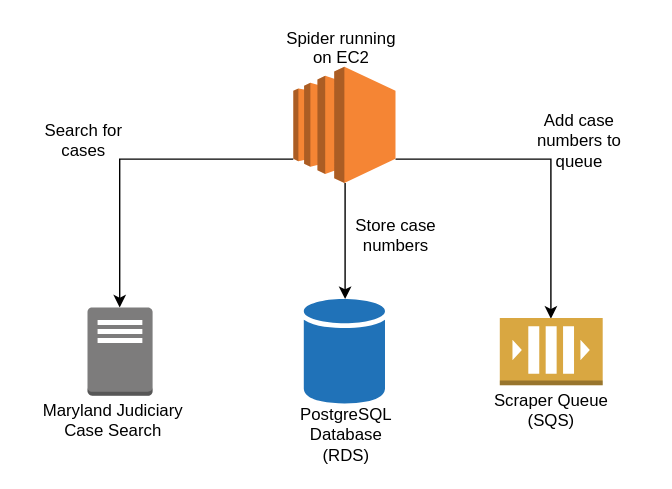
dismantl/CaseHarvester keeps this draw.io diagram as img/spider.svg. Above is the earlier version. Source tidied: cells renumbered, new cells last; positions are measured from the earlier drawing's top-left corner, leaving out a move shared by most shapes.
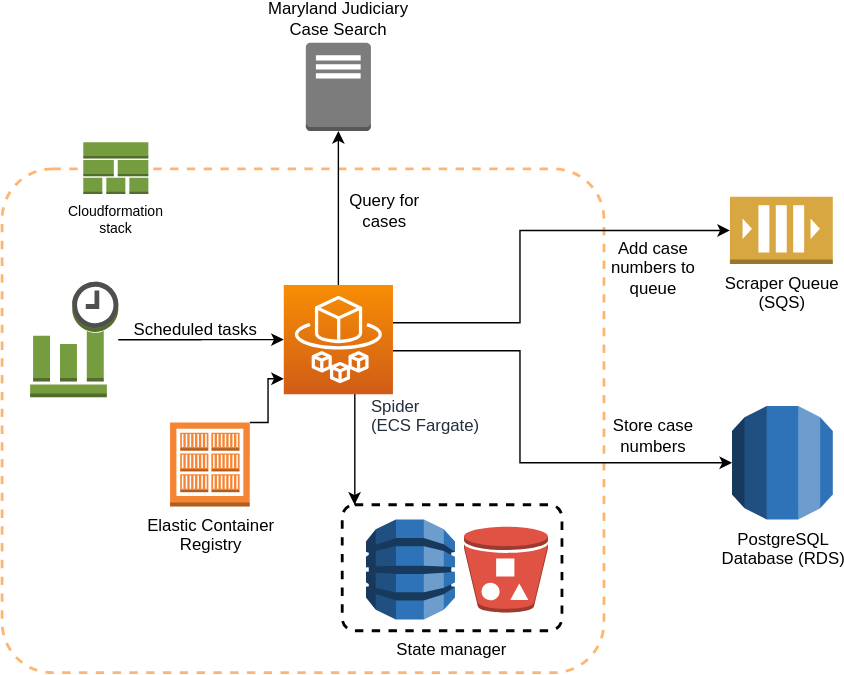
The same file after the commit.

Diff of the diagram source:
```diff
@@ -2,47 +2,92 @@
   <root>
     <mxCell id="0" />
     <mxCell id="1" parent="0" />
-    <mxCell id="2" style="edgeStyle=orthogonalEdgeStyle;rounded=0;html=1;exitX=0.5;exitY=1;exitPerimeter=0;jettySize=auto;fontSize=12;" parent="1" edge="1" source="5" target="8">
-      <mxGeometry relative="1" as="geometry" />
-    </mxCell>
-    <mxCell id="3" style="edgeStyle=orthogonalEdgeStyle;rounded=0;html=1;exitX=0;exitY=0.79;exitPerimeter=0;entryX=0.5;entryY=0;entryPerimeter=0;jettySize=auto;fontSize=12;" parent="1" edge="1" source="5" target="10">
-      <mxGeometry relative="1" as="geometry" />
-    </mxCell>
-    <mxCell id="4" style="edgeStyle=orthogonalEdgeStyle;rounded=0;html=1;exitX=1;exitY=0.79;exitPerimeter=0;entryX=0.5;entryY=0;entryPerimeter=0;jettySize=auto;fontSize=12;" parent="1" edge="1" source="5" target="6">
-      <mxGeometry relative="1" as="geometry" />
-    </mxCell>
-    <mxCell id="5" style="dashed=0;html=1;shape=mxgraph.aws3.ec2;fillColor=#F58534;gradientColor=none;" parent="1" vertex="1">
-      <mxGeometry x="189" y="24" width="73" height="83" as="geometry" />
-    </mxCell>
+    <mxCell id="16" style="rounded=1;arcSize=10;dashed=1;fillColor=none;gradientColor=none;strokeWidth=2;labelPosition=right;verticalLabelPosition=bottom;align=left;verticalAlign=top;strokeColor=#FFB570;" parent="1" vertex="1">
+      <mxGeometry x="-175" y="4" width="430" height="360" as="geometry" />
+    </mxCell>
+    <mxCell id="17" value="State manager" style="rounded=1;arcSize=10;dashed=1;fillColor=none;gradientColor=none;strokeWidth=2;fontSize=12;labelPosition=center;verticalLabelPosition=bottom;align=center;verticalAlign=top;" parent="1" vertex="1">
+      <mxGeometry x="68" y="244" width="157" height="90" as="geometry" />
+    </mxCell>
-    <mxCell id="6" style="dashed=0;html=1;shape=mxgraph.aws3.queue;fillColor=#D9A741;gradientColor=none;" parent="1" vertex="1">
-      <mxGeometry x="336.5" y="203.5" width="73.5" height="48" as="geometry" />
+    <mxCell id="6" value="Scraper Queue&lt;br&gt;(SQS)" style="dashed=0;html=1;shape=mxgraph.aws3.queue;fillColor=#D9A741;gradientColor=none;labelPosition=center;verticalLabelPosition=bottom;align=center;verticalAlign=top;" parent="1" vertex="1">
+      <mxGeometry x="345" y="24" width="73.5" height="48" as="geometry" />
     </mxCell>
-    <mxCell id="7" value="Scraper Queue &lt;br&gt;(SQS)&lt;br&gt;" style="text;html=1;strokeColor=none;fillColor=none;align=center;verticalAlign=middle;whiteSpace=wrap;rounded=0;" parent="1" vertex="1">
-      <mxGeometry x="327.5" y="259" width="91" height="20" as="geometry" />
-    </mxCell>
-    <mxCell id="8" style="shadow=0;dashed=0;html=1;strokeColor=none;labelPosition=center;verticalLabelPosition=bottom;verticalAlign=top;outlineConnect=0;shape=mxgraph.office.databases.database;fillColor=#2072B8;" parent="1" vertex="1">
-      <mxGeometry x="196.5" y="190" width="58" height="75" as="geometry" />
-    </mxCell>
-    <mxCell id="9" value="PostgreSQL Database (RDS)" style="text;html=1;strokeColor=none;fillColor=none;align=center;verticalAlign=middle;whiteSpace=wrap;rounded=0;" parent="1" vertex="1">
-      <mxGeometry x="206.5" y="276" width="40" height="20" as="geometry" />
-    </mxCell>
-    <mxCell id="10" style="dashed=0;html=1;shape=mxgraph.aws3.traditional_server;fillColor=#7D7C7C;gradientColor=none;" parent="1" vertex="1">
-      <mxGeometry x="42" y="196" width="46.5" height="63" as="geometry" />
+    <mxCell id="10" value="&lt;span&gt;Maryland Judiciary&lt;br&gt;Case Search&lt;/span&gt;" style="dashed=0;html=1;shape=mxgraph.aws3.traditional_server;fillColor=#7D7C7C;gradientColor=none;labelPosition=center;verticalLabelPosition=top;align=center;verticalAlign=bottom;" parent="1" vertex="1">
+      <mxGeometry x="42" y="-86" width="46.5" height="63" as="geometry" />
     </mxCell>
-    <mxCell id="11" value="Maryland Judiciary Case Search&lt;br style=&quot;font-size: 12px;&quot;&gt;" style="text;html=1;strokeColor=none;fillColor=none;align=center;verticalAlign=middle;whiteSpace=wrap;rounded=0;fontSize=12;" parent="1" vertex="1">
-      <mxGeometry y="266" width="121" height="20" as="geometry" />
-    </mxCell>
-    <mxCell id="12" value="Spider running on EC2" style="text;html=1;strokeColor=none;fillColor=none;align=center;verticalAlign=middle;whiteSpace=wrap;rounded=0;fontSize=12;" parent="1" vertex="1">
-      <mxGeometry x="182" width="83" height="20" as="geometry" />
-    </mxCell>
-    <mxCell id="13" value="Search for cases" style="text;html=1;strokeColor=none;fillColor=none;align=center;verticalAlign=middle;whiteSpace=wrap;rounded=0;fontSize=12;" parent="1" vertex="1">
-      <mxGeometry x="5.5" y="65.5" width="67" height="20" as="geometry" />
+    <mxCell id="13" value="Query for cases" style="text;html=1;strokeColor=none;fillColor=none;align=center;verticalAlign=middle;whiteSpace=wrap;rounded=0;fontSize=12;" parent="1" vertex="1">
+      <mxGeometry x="65" y="24" width="67" height="20" as="geometry" />
     </mxCell>
     <mxCell id="14" value="Store case numbers" style="text;html=1;strokeColor=none;fillColor=none;align=center;verticalAlign=middle;whiteSpace=wrap;rounded=0;fontSize=12;" parent="1" vertex="1">
-      <mxGeometry x="230" y="134" width="65" height="20" as="geometry" />
+      <mxGeometry x="258" y="185.2" width="65" height="20" as="geometry" />
     </mxCell>
     <mxCell id="15" value="Add case numbers to queue" style="text;html=1;strokeColor=none;fillColor=none;align=center;verticalAlign=middle;whiteSpace=wrap;rounded=0;fontSize=12;" parent="1" vertex="1">
-      <mxGeometry x="347.5" y="65.5" width="91" height="20" as="geometry" />
+      <mxGeometry x="245" y="64.8" width="91" height="20" as="geometry" />
     </mxCell>
+    <mxCell id="18" style="edgeStyle=elbowEdgeStyle;rounded=0;jettySize=auto;html=1;startArrow=none;startFill=0;endArrow=classic;endFill=1;fontSize=12;exitX=1;exitY=0;exitDx=0;exitDy=0;exitPerimeter=0;" parent="1" edge="1" source="19" target="30">
+      <mxGeometry relative="1" as="geometry">
+        <Array as="points">
+          <mxPoint x="15" y="154" />
+          <mxPoint x="5" y="164" />
+          <mxPoint x="-5" y="154" />
+          <mxPoint x="15" y="184" />
+          <mxPoint x="26" y="154" />
+          <mxPoint x="5" y="224" />
+          <mxPoint x="35" y="194" />
+          <mxPoint x="5" y="224" />
+          <mxPoint x="25" y="234" />
+        </Array>
+      </mxGeometry>
+    </mxCell>
+    <mxCell id="19" value="Elastic Container&lt;br&gt;Registry" style="outlineConnect=0;dashed=0;verticalLabelPosition=bottom;verticalAlign=top;align=center;html=1;shape=mxgraph.aws3.ecr_registry;fillColor=#F58534;gradientColor=none;" parent="1" vertex="1">
+      <mxGeometry x="-55" y="185.2" width="57" height="60" as="geometry" />
+    </mxCell>
+    <mxCell id="20" style="edgeStyle=orthogonalEdgeStyle;rounded=0;jettySize=auto;html=1;entryX=0.5;entryY=1;entryDx=0;entryDy=0;entryPerimeter=0;" parent="1" edge="1" source="30" target="10">
+      <mxGeometry relative="1" as="geometry" />
+    </mxCell>
+    <mxCell id="21" style="edgeStyle=orthogonalEdgeStyle;rounded=0;jettySize=auto;html=1;entryX=0;entryY=0.5;entryDx=0;entryDy=0;entryPerimeter=0;" parent="1" edge="1" source="30" target="9">
+      <mxGeometry relative="1" as="geometry">
+        <Array as="points">
+          <mxPoint x="195" y="134" />
+          <mxPoint x="195" y="214" />
+        </Array>
+      </mxGeometry>
+    </mxCell>
+    <mxCell id="22" style="edgeStyle=orthogonalEdgeStyle;rounded=0;jettySize=auto;html=1;entryX=0;entryY=0.5;entryDx=0;entryDy=0;entryPerimeter=0;" parent="1" edge="1" source="30" target="6">
+      <mxGeometry relative="1" as="geometry">
+        <Array as="points">
+          <mxPoint x="195" y="114" />
+          <mxPoint x="195" y="48" />
+        </Array>
+      </mxGeometry>
+    </mxCell>
+    <mxCell id="23" style="edgeStyle=elbowEdgeStyle;rounded=0;jettySize=auto;html=1;entryX=0.056;entryY=0;entryDx=0;entryDy=0;entryPerimeter=0;startArrow=none;startFill=0;endArrow=classic;endFill=1;fontSize=10;" parent="1" edge="1" target="17">
+      <mxGeometry relative="1" as="geometry">
+        <mxPoint x="77.8" y="159.8" as="sourcePoint" />
+      </mxGeometry>
+    </mxCell>
+    <mxCell id="24" style="edgeStyle=orthogonalEdgeStyle;rounded=0;jettySize=auto;html=1;" parent="1" edge="1" source="26" target="30">
+      <mxGeometry relative="1" as="geometry" />
+    </mxCell>
+    <mxCell id="25" value="Scheduled tasks" style="edgeLabel;html=1;align=center;verticalAlign=bottom;fontSize=12;labelPosition=center;verticalLabelPosition=top;" parent="24" vertex="1">
+      <mxGeometry x="-0.07" y="-1" relative="1" as="geometry" />
+    </mxCell>
+    <mxCell id="26" style="outlineConnect=0;dashed=0;verticalLabelPosition=bottom;verticalAlign=top;align=center;html=1;shape=mxgraph.aws3.event_time_based;fillColor=#759C3E;gradientColor=none;" parent="1" vertex="1">
+      <mxGeometry x="-155" y="84.8" width="63" height="82.5" as="geometry" />
+    </mxCell>
+    <mxCell id="27" style="dashed=0;verticalLabelPosition=bottom;verticalAlign=top;align=center;html=1;shape=mxgraph.aws3.dynamo_db;fillColor=#2E73B8;gradientColor=none;" parent="1" vertex="1">
+      <mxGeometry x="85" y="254.5" width="63.6" height="71.5" as="geometry" />
+    </mxCell>
+    <mxCell id="9" value="PostgreSQL&lt;br&gt;Database (RDS)" style="outlineConnect=0;dashed=0;verticalLabelPosition=bottom;verticalAlign=top;align=center;html=1;shape=mxgraph.aws3.rds;fillColor=#2E73B8;gradientColor=none;" parent="1" vertex="1">
+      <mxGeometry x="346.5" y="173.5" width="72" height="81" as="geometry" />
+    </mxCell>
+    <mxCell id="28" value="Cloudformation&lt;br style=&quot;font-size: 10px;&quot;&gt;stack&lt;br style=&quot;font-size: 10px;&quot;&gt;" style="dashed=0;verticalLabelPosition=bottom;verticalAlign=top;align=center;html=1;shape=mxgraph.aws3.stack_aws_cloudformation;fillColor=#759C3E;gradientColor=none;fontSize=10;" parent="1" vertex="1">
+      <mxGeometry x="-117" y="-15" width="46.5" height="37" as="geometry" />
+    </mxCell>
+    <mxCell id="29" style="dashed=0;verticalLabelPosition=bottom;verticalAlign=top;align=center;html=1;shape=mxgraph.aws3.bucket_with_objects;fillColor=#E05243;gradientColor=none;fontSize=10;" parent="1" vertex="1">
+      <mxGeometry x="155" y="259.5" width="60" height="61.5" as="geometry" />
+    </mxCell>
+    <mxCell id="30" value="Spider&lt;br&gt;(ECS Fargate)" style="outlineConnect=0;fontColor=#232F3E;gradientColor=#F78E04;gradientDirection=north;fillColor=#D05C17;strokeColor=#ffffff;dashed=0;verticalLabelPosition=bottom;verticalAlign=top;align=left;html=1;fontSize=12;fontStyle=0;shape=mxgraph.aws4.resourceIcon;resIcon=mxgraph.aws4.fargate;labelPosition=right;spacing=-3;spacingRight=0;spacingLeft=-12;" parent="1" vertex="1">
+      <mxGeometry x="26.2" y="87" width="78" height="78" as="geometry" />
+    </mxCell>
   </root>
 </mxGraphModel>
```
